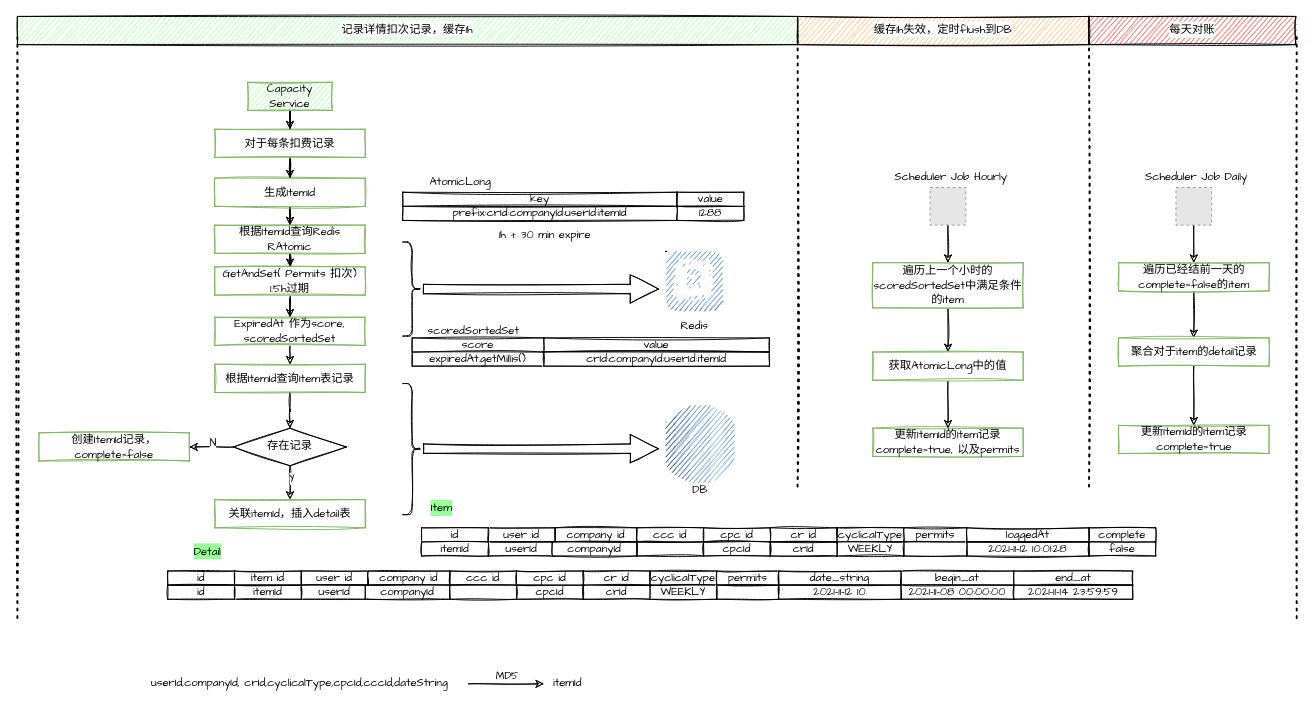
yindongjun/gangzhang.github.io keeps this draw.io diagram as page "Redis Cache to DB" (6 of 6) of Capacity Management.drawio. Above is the earlier version. Source tidied: cells renumbered, new cells numbered last; positions are measured from the earlier drawing's top-left corner, leaving out a move shared by most shapes. Both pictures are drawn from the tidied source at 94%, with x=0, y=0 at pixel (17, 16). Pictures stored in the file or linked from it are replaced by grey dashed boxes.
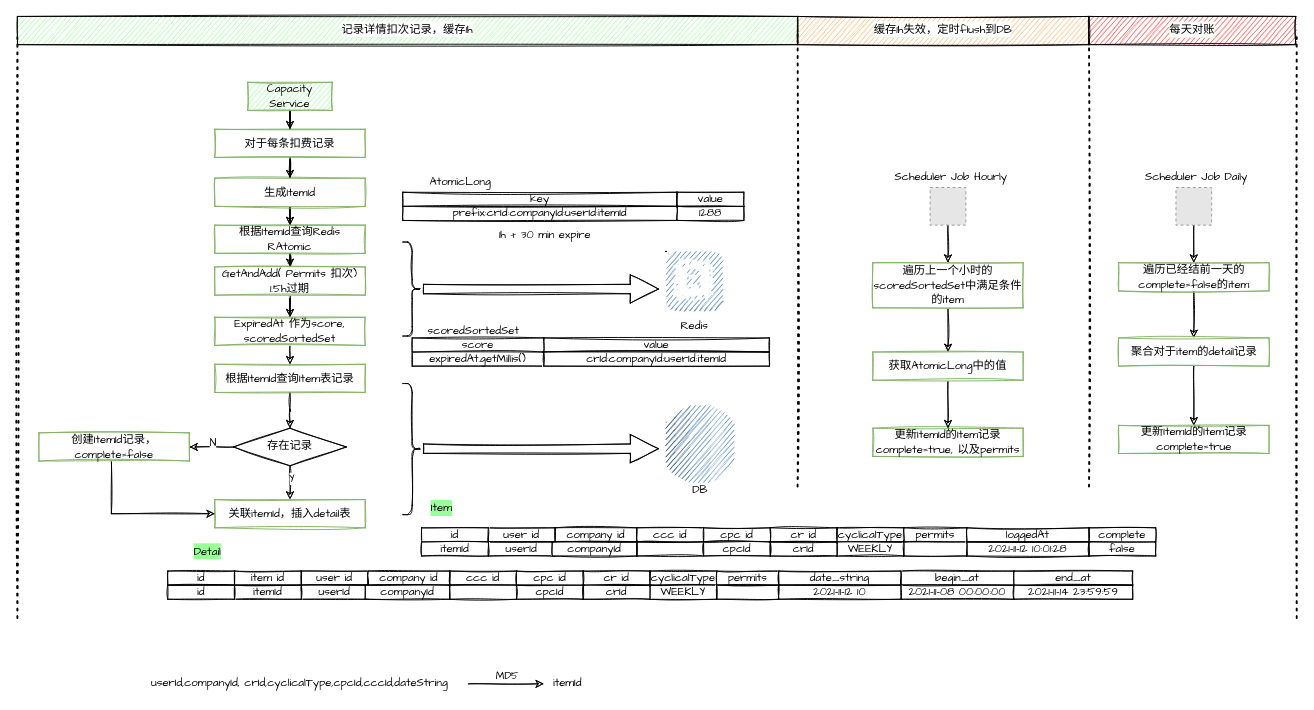
The same page after the edit.

The change refers to these unchanged cells:
```xml
<mxCell id="22" value="&lt;font face=&quot;comic sans ms&quot;&gt;关联itemId，插入detail表&lt;/font&gt;" style="whiteSpace=wrap;html=1;sketch=1;fillColor=#FFFFFF;strokeColor=#82b366;" parent="1" vertex="1">
  <mxGeometry x="210" y="514" width="160" height="30" as="geometry" />
</mxCell>
<mxCell id="23" value="&lt;span style=&quot;font-family: &amp;#34;comic sans ms&amp;#34;&quot;&gt;创建ItemId记录，complete=false&lt;/span&gt;" style="whiteSpace=wrap;html=1;sketch=1;fillColor=#FFFFFF;strokeColor=#82b366;" parent="1" vertex="1">
  <mxGeometry x="23" y="443" width="160" height="30" as="geometry" />
</mxCell>
```

What changed in the source:
```diff
@@
-    <mxCell id="14" value="&lt;font face=&quot;Comic Sans MS&quot;&gt;GetAndSet( Permits 扣次)&lt;br&gt;1.5h过期&lt;br&gt;&lt;/font&gt;" style="whiteSpace=wrap;html=1;sketch=1;fillColor=#FFFFFF;strokeColor=#82b366;" parent="1" vertex="1">
+    <mxCell id="14" value="&lt;font face=&quot;Comic Sans MS&quot;&gt;GetAndAdd( Permits 扣次)&lt;br&gt;1.5h过期&lt;br&gt;&lt;/font&gt;" style="whiteSpace=wrap;html=1;sketch=1;fillColor=#FFFFFF;strokeColor=#82b366;" parent="1" vertex="1">
       <mxGeometry x="210" y="266.5" width="160" height="30" as="geometry" />
     </mxCell>
@@
+    <mxCell id="115" style="edgeStyle=orthogonalEdgeStyle;rounded=0;jettySize=auto;html=1;entryX=0;entryY=0.5;entryDx=0;entryDy=0;sketch=1;" parent="1" edge="1" source="23" target="22">
+      <mxGeometry relative="1" as="geometry">
+        <Array as="points">
+          <mxPoint x="100" y="529" />
+        </Array>
+      </mxGeometry>
+    </mxCell>
```
